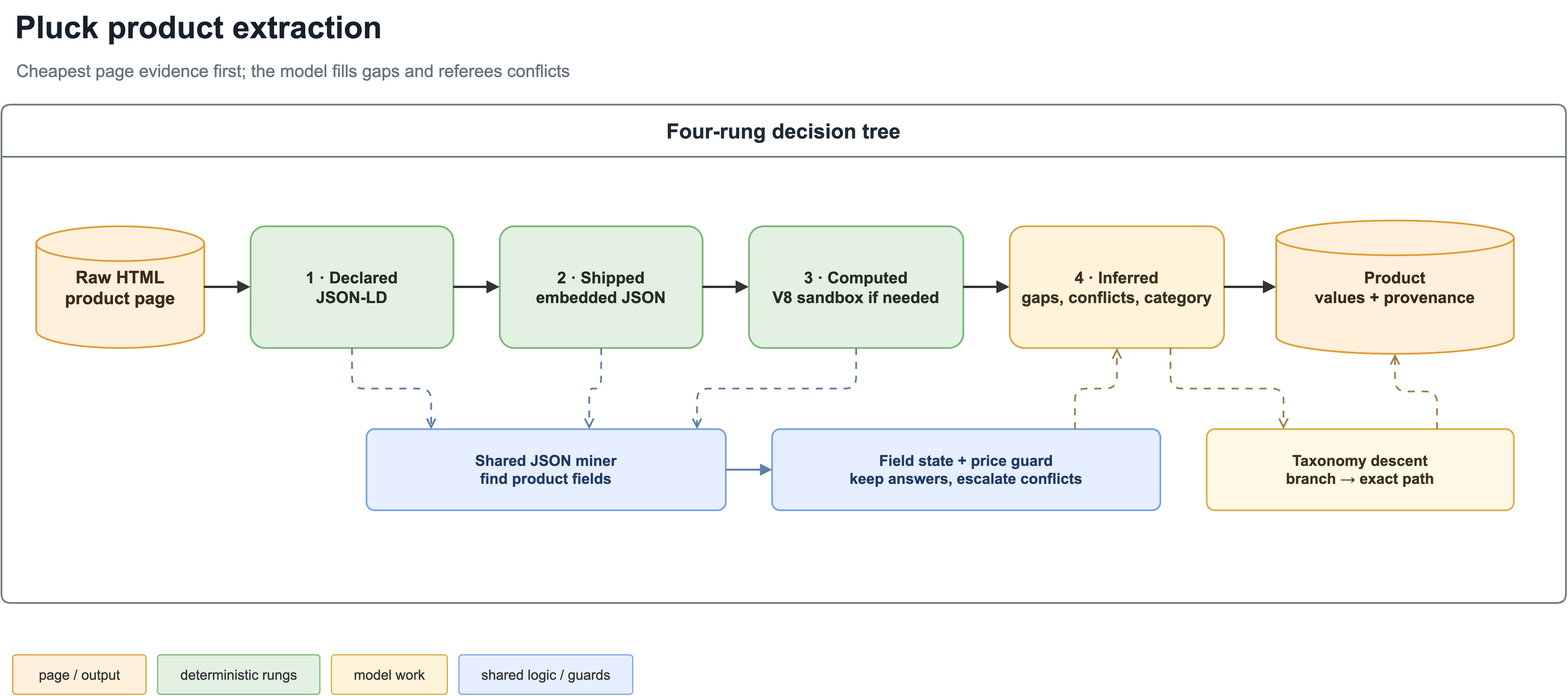
This is docs/extraction.drawio.png from BABTUNA/pluck, a draw.io export, as it was before one commit. Source tidied: cells renumbered, new cells last; positions are measured from the earlier drawing's top-left corner, leaving out a move shared by most shapes.
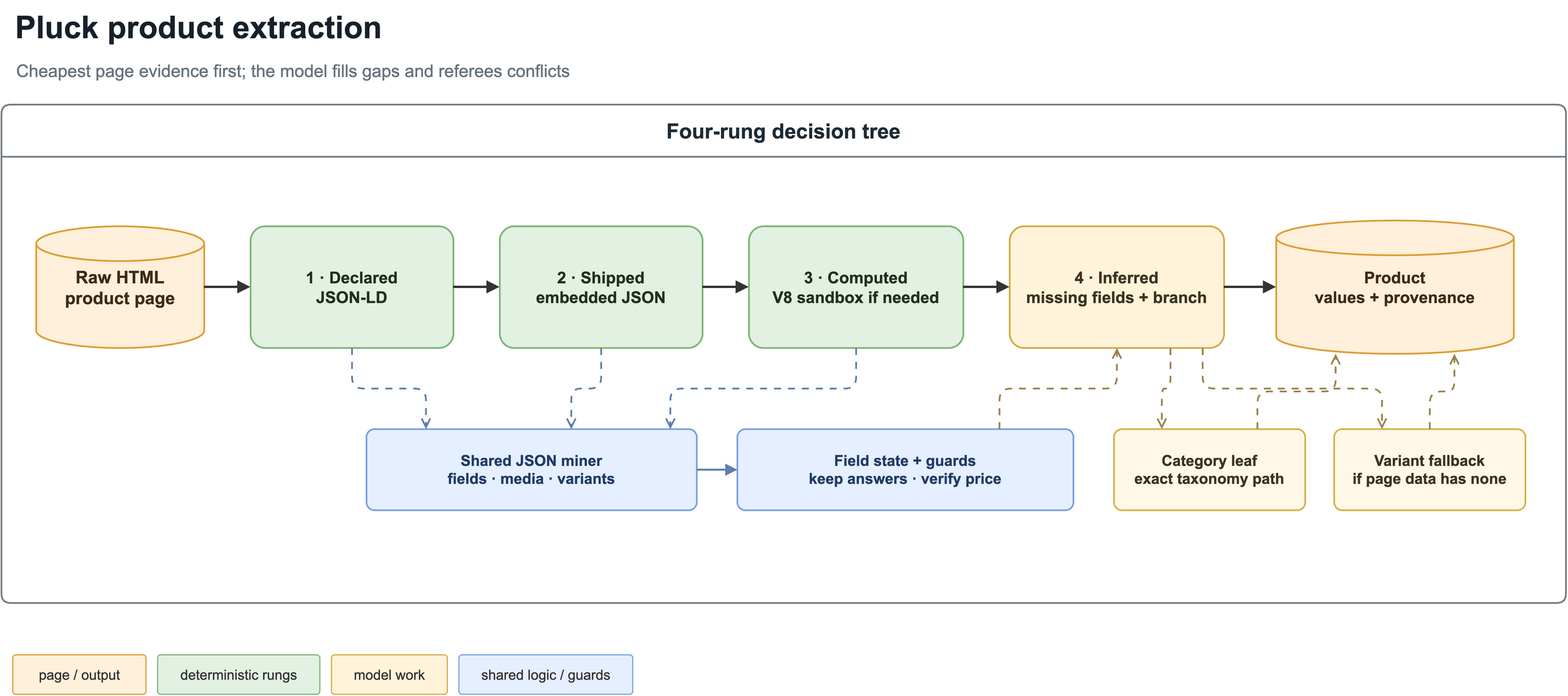
The same file after the commit.

The edit, as a diff of the source:
```diff
@@ -23,21 +23,24 @@
     <mxCell id="8" value="3 · Computed&#10;V8 sandbox if needed" style="rounded=1;arcSize=12;whiteSpace=wrap;html=1;fillColor=#e2f1e2;strokeColor=#7fb777;strokeWidth=1.5;fontFamily=Arial;fontSize=14;fontStyle=1;fontColor=#213122;align=center;verticalAlign=middle;" parent="4" vertex="1">
       <mxGeometry x="645" y="105" width="185" height="105" as="geometry" />
     </mxCell>
-    <mxCell id="9" value="4 · Inferred&#10;gaps, conflicts, category" style="rounded=1;arcSize=12;whiteSpace=wrap;html=1;fillColor=#fff3d9;strokeColor=#d9a948;strokeWidth=1.5;fontFamily=Arial;fontSize=14;fontStyle=1;fontColor=#3b3424;align=center;verticalAlign=middle;" parent="4" vertex="1">
+    <mxCell id="9" value="4 · Inferred&#10;missing fields + branch" style="rounded=1;arcSize=12;whiteSpace=wrap;html=1;fillColor=#fff3d9;strokeColor=#d9a948;strokeWidth=1.5;fontFamily=Arial;fontSize=14;fontStyle=1;fontColor=#3b3424;align=center;verticalAlign=middle;" parent="4" vertex="1">
       <mxGeometry x="870" y="105" width="185" height="105" as="geometry" />
     </mxCell>
     <mxCell id="10" value="Product&#10;values + provenance" style="shape=cylinder3;whiteSpace=wrap;html=1;fillColor=#fff0db;strokeColor=#df9e35;strokeWidth=1.5;fontFamily=Arial;fontSize=14;fontStyle=1;fontColor=#3e2c19;align=center;verticalAlign=middle;" parent="4" vertex="1">
       <mxGeometry x="1100" y="100" width="205" height="115" as="geometry" />
     </mxCell>
-    <mxCell id="11" value="Shared JSON miner&#10;find product fields" style="rounded=1;arcSize=10;whiteSpace=wrap;html=1;fillColor=#e6efff;strokeColor=#7da5df;strokeWidth=1.5;fontFamily=Arial;fontSize=13;fontStyle=1;fontColor=#213c68;align=center;verticalAlign=middle;" parent="4" vertex="1">
-      <mxGeometry x="315" y="280" width="310" height="70" as="geometry" />
+    <mxCell id="11" value="Shared JSON miner&#10;fields · media · variants" style="rounded=1;arcSize=10;whiteSpace=wrap;html=1;fillColor=#e6efff;strokeColor=#7da5df;strokeWidth=1.5;fontFamily=Arial;fontSize=13;fontStyle=1;fontColor=#213c68;align=center;verticalAlign=middle;" parent="4" vertex="1">
+      <mxGeometry x="315" y="280" width="285" height="70" as="geometry" />
     </mxCell>
-    <mxCell id="12" value="Field state + price guard&#10;keep answers, escalate conflicts" style="rounded=1;arcSize=10;whiteSpace=wrap;html=1;fillColor=#e6efff;strokeColor=#7da5df;strokeWidth=1.5;fontFamily=Arial;fontSize=13;fontStyle=1;fontColor=#213c68;align=center;verticalAlign=middle;" parent="4" vertex="1">
-      <mxGeometry x="665" y="280" width="335" height="70" as="geometry" />
+    <mxCell id="12" value="Field state + guards&#10;keep answers · verify price" style="rounded=1;arcSize=10;whiteSpace=wrap;html=1;fillColor=#e6efff;strokeColor=#7da5df;strokeWidth=1.5;fontFamily=Arial;fontSize=13;fontStyle=1;fontColor=#213c68;align=center;verticalAlign=middle;" parent="4" vertex="1">
+      <mxGeometry x="635" y="280" width="290" height="70" as="geometry" />
     </mxCell>
-    <mxCell id="13" value="Taxonomy descent&#10;branch → exact path" style="rounded=1;arcSize=10;whiteSpace=wrap;html=1;fillColor=#fff8e7;strokeColor=#d8b44d;strokeWidth=1.5;fontFamily=Arial;fontSize=13;fontStyle=1;fontColor=#3b3424;align=center;verticalAlign=middle;" parent="4" vertex="1">
-      <mxGeometry x="1040" y="280" width="265" height="70" as="geometry" />
+    <mxCell id="13" value="Category leaf&#10;exact taxonomy path" style="rounded=1;arcSize=10;whiteSpace=wrap;html=1;fillColor=#fff8e7;strokeColor=#d8b44d;strokeWidth=1.5;fontFamily=Arial;fontSize=13;fontStyle=1;fontColor=#3b3424;align=center;verticalAlign=middle;" parent="4" vertex="1">
+      <mxGeometry x="960" y="280" width="165" height="70" as="geometry" />
     </mxCell>
+    <mxCell id="30" value="Variant fallback&#10;if page data has none" style="rounded=1;arcSize=10;whiteSpace=wrap;html=1;fillColor=#fff8e7;strokeColor=#d8b44d;strokeWidth=1.5;fontFamily=Arial;fontSize=13;fontStyle=1;fontColor=#3b3424;align=center;verticalAlign=middle;" parent="4" vertex="1">
+      <mxGeometry x="1150" y="280" width="165" height="70" as="geometry" />
+    </mxCell>
     <mxCell id="14" value="page / output" style="rounded=1;arcSize=8;whiteSpace=wrap;html=1;fillColor=#fff0db;strokeColor=#df9e35;fontFamily=Arial;fontSize=12;fontColor=#333333;align=center;verticalAlign=middle;" parent="1" vertex="1">
       <mxGeometry x="10" y="565" width="115" height="34" as="geometry" />
     </mxCell>
@@ -83,8 +86,14 @@
     <mxCell id="28" style="edgeStyle=orthogonalEdgeStyle;rounded=1;jettySize=auto;html=1;dashed=1;dashPattern=4 4;strokeColor=#9b844d;strokeWidth=1.5;endArrow=open;exitX=0.75;exitY=1;entryX=0.25;entryY=0;" parent="4" edge="1" source="9" target="13">
       <mxGeometry relative="1" as="geometry" />
     </mxCell>
+    <mxCell id="31" style="edgeStyle=orthogonalEdgeStyle;rounded=1;jettySize=auto;html=1;dashed=1;dashPattern=4 4;strokeColor=#9b844d;strokeWidth=1.5;endArrow=open;exitX=0.9;exitY=1;entryX=0.25;entryY=0;" parent="4" edge="1" source="9" target="30">
+      <mxGeometry relative="1" as="geometry" />
+    </mxCell>
-    <mxCell id="29" style="edgeStyle=orthogonalEdgeStyle;rounded=1;jettySize=auto;html=1;dashed=1;dashPattern=4 4;strokeColor=#9b844d;strokeWidth=1.5;endArrow=open;exitX=0.75;exitY=0;entryX=0.5;entryY=1;" parent="4" edge="1" source="13" target="10">
+    <mxCell id="29" style="edgeStyle=orthogonalEdgeStyle;rounded=1;jettySize=auto;html=1;dashed=1;dashPattern=4 4;strokeColor=#9b844d;strokeWidth=1.5;endArrow=open;exitX=0.75;exitY=0;entryX=0.25;entryY=1;" parent="4" edge="1" source="13" target="10">
       <mxGeometry relative="1" as="geometry" />
     </mxCell>
+    <mxCell id="32" style="edgeStyle=orthogonalEdgeStyle;rounded=1;jettySize=auto;html=1;dashed=1;dashPattern=4 4;strokeColor=#9b844d;strokeWidth=1.5;endArrow=open;exitX=0.5;exitY=0;entryX=0.75;entryY=1;" parent="4" edge="1" source="30" target="10">
+      <mxGeometry relative="1" as="geometry" />
+    </mxCell>
   </root>
 </mxGraphModel>
```
